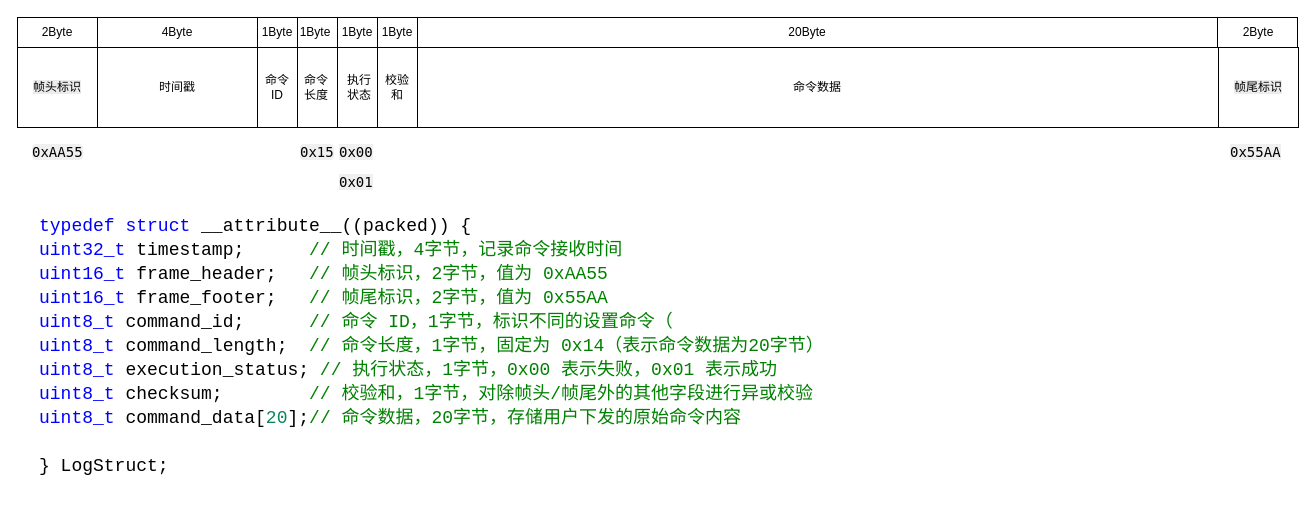
Before: page "第 3 页" (3 of 6) of 未命名绘图1.drawio in WHUT-LHT/hello-world, a draw.io diagram. Source tidied: cells renumbered, new cells numbered last; positions are measured from the earlier drawing's top-left corner, leaving out a move shared by most shapes. Both pictures are drawn from the tidied source at 100%, with x=0, y=0 at pixel (17, 17).
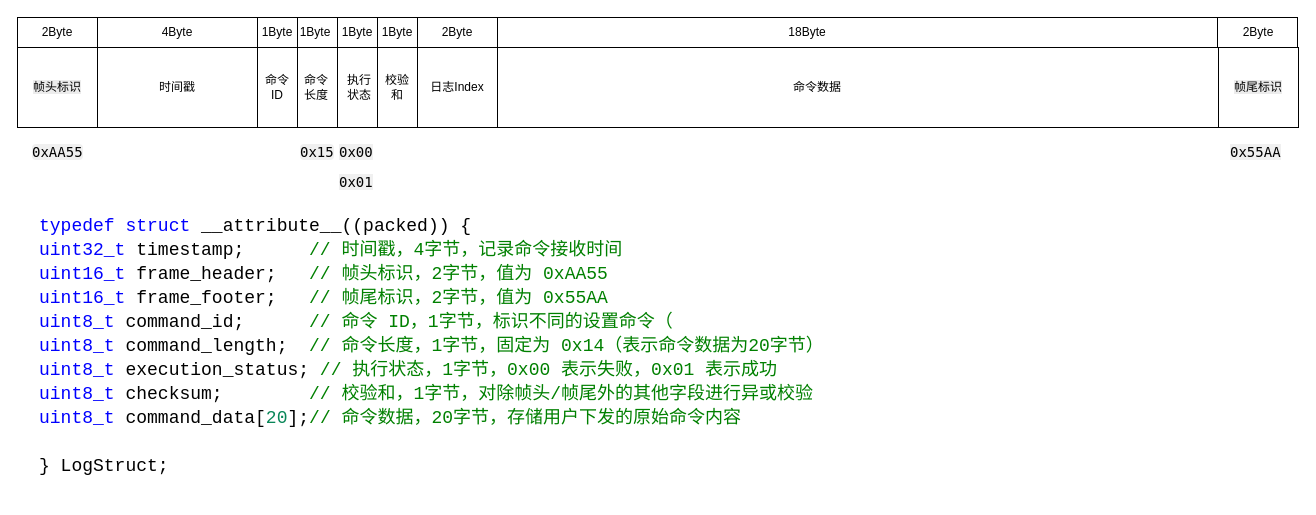
The same diagram, later.

Change to the diagram source:
```diff
@@
-    <mxCell id="26" value="20Byte" style="text;html=1;align=center;verticalAlign=middle;whiteSpace=wrap;rounded=0;" parent="1" vertex="1">
+    <mxCell id="26" value="18Byte" style="text;html=1;align=center;verticalAlign=middle;whiteSpace=wrap;rounded=0;" parent="1" vertex="1">
       <mxGeometry x="760" width="60" height="30" as="geometry" />
     </mxCell>
@@
+    <mxCell id="38" style="rounded=0;whiteSpace=wrap;html=1;" parent="1" vertex="1">
+      <mxGeometry x="400" width="80" height="30" as="geometry" />
+    </mxCell>
+    <mxCell id="39" value="2Byte" style="text;html=1;align=center;verticalAlign=middle;whiteSpace=wrap;rounded=0;" parent="1" vertex="1">
+      <mxGeometry x="410" width="60" height="30" as="geometry" />
+    </mxCell>
+    <mxCell id="40" value="日志Index" style="rounded=0;whiteSpace=wrap;html=1;" parent="1" vertex="1">
+      <mxGeometry x="400" y="30" width="80" height="80" as="geometry" />
+    </mxCell>
```
